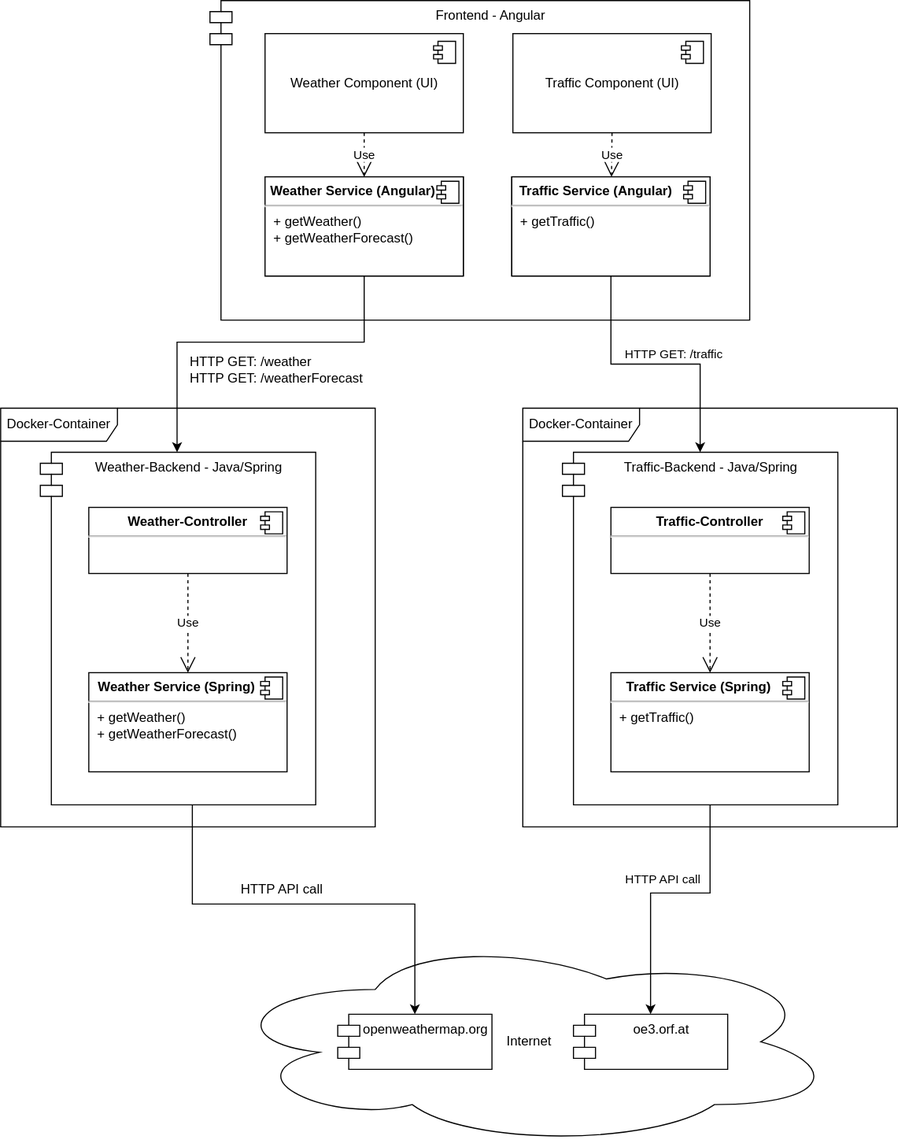
Earlier version of the draw.io export documentation/figs/Microservice-architecture.svg (mratzenb/cloud-computing-WS20). Source tidied: cells renumbered, new cells last; positions are measured from the earlier drawing's top-left corner, leaving out a move shared by most shapes.
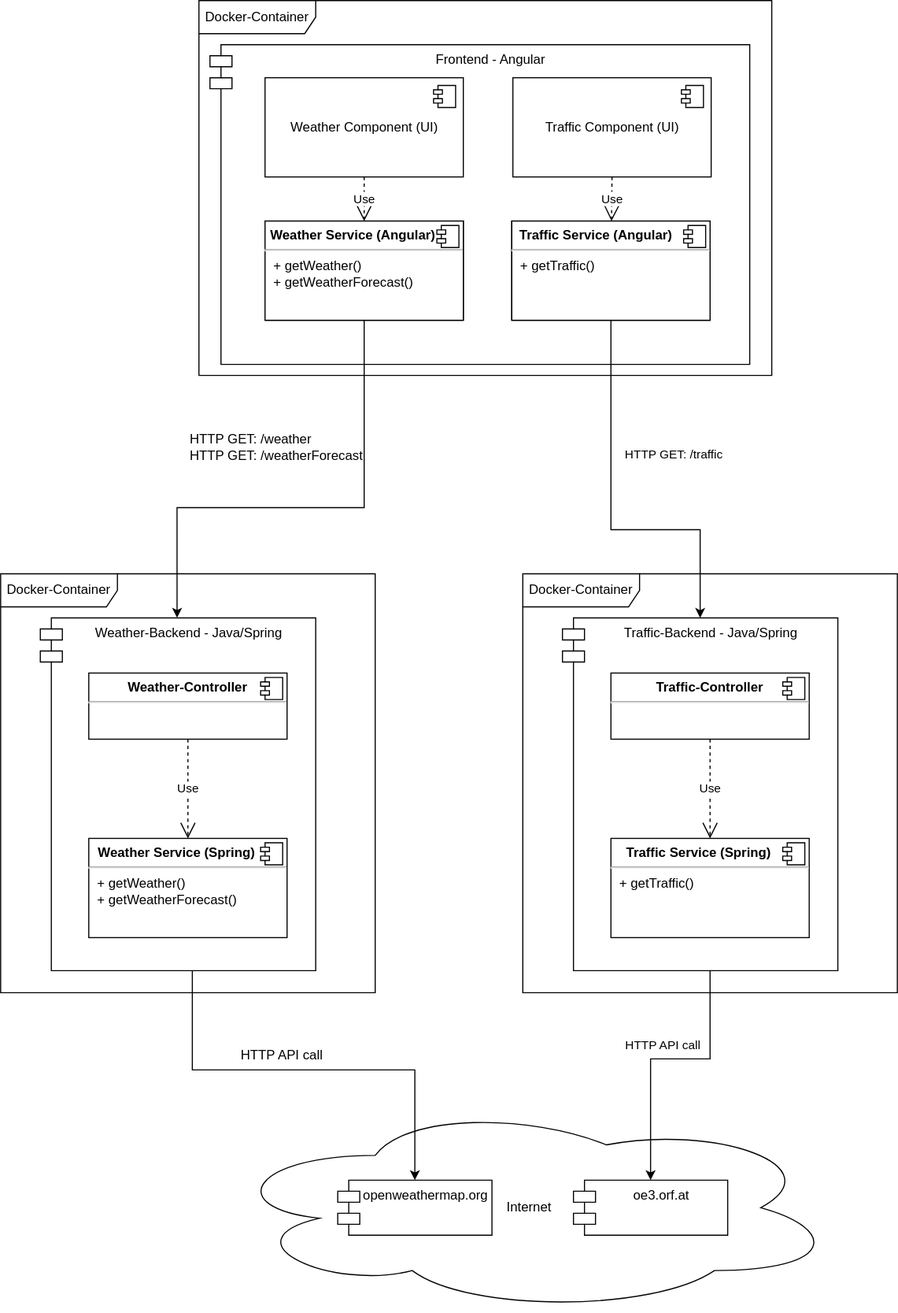
The same diagram one commit later.

The edit, as a diff of the source:
```diff
@@ -12,7 +12,7 @@
       <mxGeometry x="520" y="920" width="140" height="50" as="geometry" />
     </mxCell>
     <mxCell id="5" style="group;" parent="1" vertex="1">
-      <mxGeometry x="190" width="490" height="290" as="geometry" />
+      <mxGeometry x="190" y="-110" width="490" height="290" as="geometry" />
     </mxCell>
     <mxCell id="6" value="Frontend - Angular" style="shape=module;align=left;spacingLeft=20;align=center;verticalAlign=top;" parent="5" vertex="1">
       <mxGeometry width="490" height="290" as="geometry" />
@@ -127,7 +127,7 @@
       </mxGeometry>
     </mxCell>
     <mxCell id="34" value="&lt;div align=&quot;left&quot;&gt;HTTP GET: /weather&lt;/div&gt;&lt;div align=&quot;left&quot;&gt;HTTP GET: /weatherForecast&lt;br&gt;&lt;/div&gt;" style="text;html=1;align=left;verticalAlign=middle;" parent="1" vertex="1">
-      <mxGeometry x="170" y="320" width="170" height="30" as="geometry" />
+      <mxGeometry x="170" y="240" width="170" height="30" as="geometry" />
     </mxCell>
     <mxCell id="35" style="edgeStyle=orthogonalEdgeStyle;rounded=0;jettySize=auto;html=1;exitX=0.5;exitY=1;exitDx=0;exitDy=0;entryX=0.5;entryY=0;entryDx=0;entryDy=0;" parent="1" edge="1" source="19" target="38">
       <mxGeometry relative="1" as="geometry">
@@ -139,7 +139,7 @@
     </mxCell>
     <mxCell id="36" value="HTTP GET: /traffic" style="edgeLabel;html=1;align=center;verticalAlign=middle;" parent="35" vertex="1">
       <mxGeometry x="-0.24" y="-2" relative="1" as="geometry">
-        <mxPoint x="45" y="-12" as="offset" />
+        <mxPoint x="58" y="-12" as="offset" />
       </mxGeometry>
     </mxCell>
     <mxCell id="37" style="group;" parent="1" vertex="1">
@@ -170,5 +170,8 @@
     <mxCell id="44" value="Docker-Container" style="shape=umlFrame;whiteSpace=wrap;html=1;width=106;height=30;" parent="37" vertex="1">
       <mxGeometry width="340" height="380" as="geometry" />
     </mxCell>
+    <mxCell id="45" value="Docker-Container" style="shape=umlFrame;whiteSpace=wrap;html=1;width=106;height=30;" parent="1" vertex="1">
+      <mxGeometry x="180" y="-150" width="520" height="340" as="geometry" />
+    </mxCell>
   </root>
 </mxGraphModel>
```
